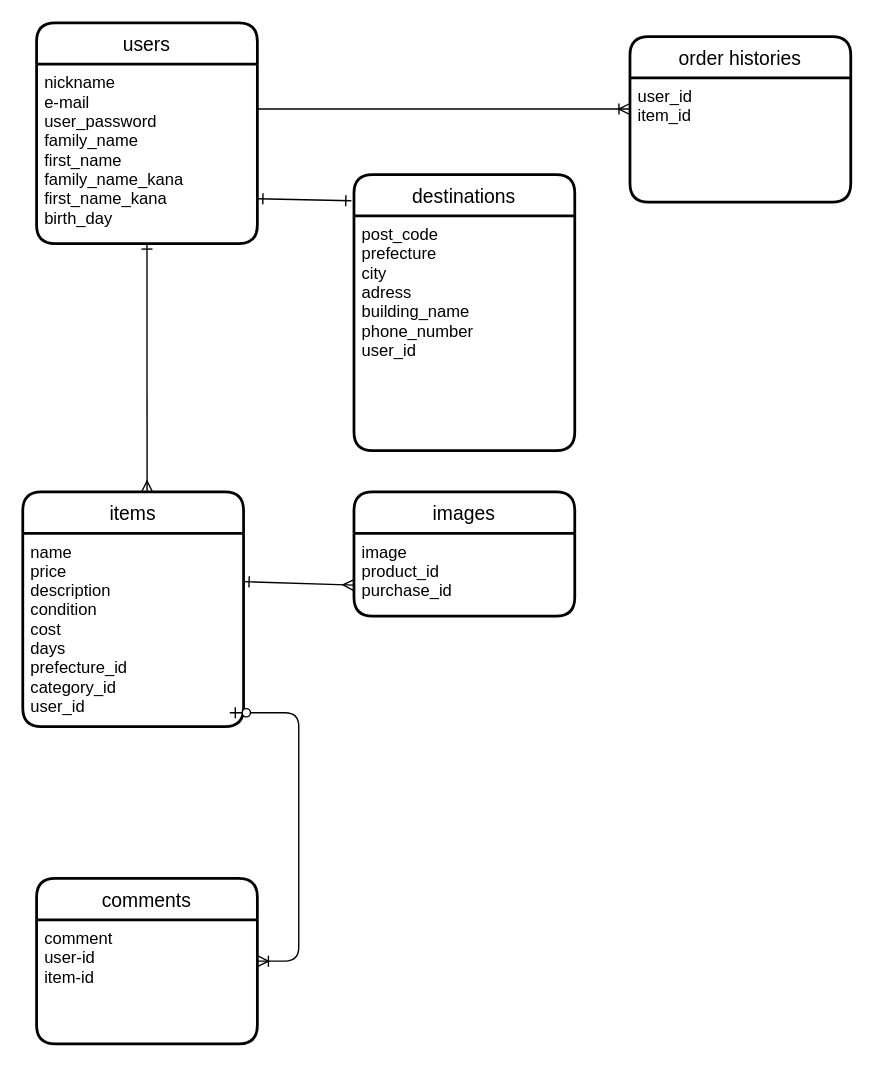
Before: test.dio in ikari1055/furima-40500, a draw.io diagram. Source tidied: cells renumbered, new cells numbered last; positions are measured from the earlier drawing's top-left corner, leaving out a move shared by most shapes. Both pictures are drawn from the tidied source at 138%, with x=0, y=0 at pixel (22, 22).
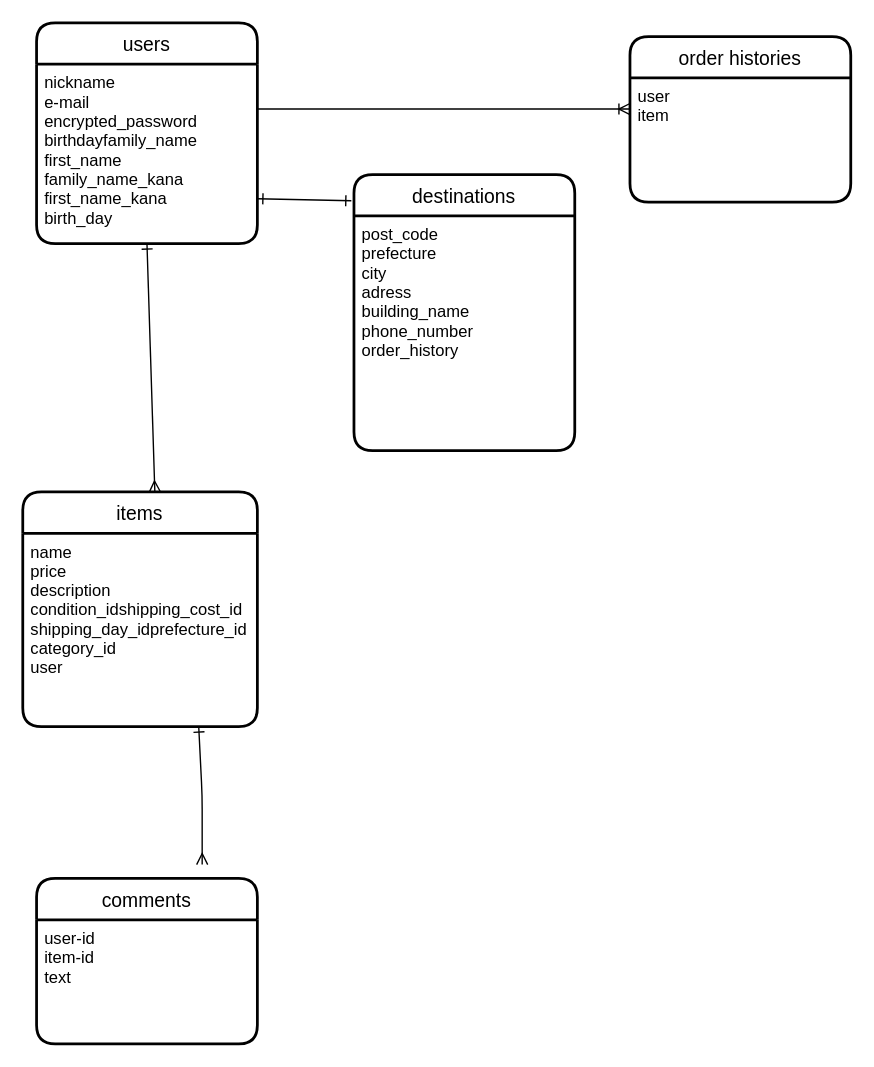
Above is the later version.

The change refers to these unchanged cells:
```xml
<mxCell id="2" value="users" style="swimlane;horizontal=1;startSize=30;rounded=1;fontSize=14;fontStyle=0;strokeWidth=2;shadow=0;dashed=0;align=center;" parent="1" vertex="1">
  <mxGeometry x="10" width="160" height="160" as="geometry" />
</mxCell>
<mxCell id="7" value="destinations" style="swimlane;horizontal=1;startSize=30;rounded=1;fontSize=14;fontStyle=0;strokeWidth=2;shadow=0;dashed=0;align=center;" parent="1" vertex="1">
  <mxGeometry x="240" y="110" width="160" height="200" as="geometry" />
</mxCell>
<mxCell id="14" value="comments" style="swimlane;horizontal=1;startSize=30;rounded=1;fontSize=14;fontStyle=0;strokeWidth=2;shadow=0;dashed=0;align=center;" parent="1" vertex="1">
  <mxGeometry x="10" y="620" width="160" height="120" as="geometry" />
</mxCell>
<mxCell id="17" value="order histories" style="swimlane;horizontal=1;startSize=30;rounded=1;fontSize=14;fontStyle=0;strokeWidth=2;shadow=0;dashed=0;align=center;" parent="1" vertex="1">
  <mxGeometry x="440" y="10" width="160" height="120" as="geometry" />
</mxCell>
```

Diff of the diagram source:
```diff
@@
-    <mxCell id="3" value="nickname&#10;e-mail&#10;user_password&#10;family_name&#10;first_name&#10;family_name_kana&#10;first_name_kana&#10;birth_day" style="align=left;strokeColor=none;fillColor=none;spacingLeft=4;fontSize=12;verticalAlign=top;" parent="2" vertex="1">
+    <mxCell id="3" value="nickname&#10;e-mail&#10;encrypted_password&#10;birthdayfamily_name&#10;first_name&#10;family_name_kana&#10;first_name_kana&#10;birth_day" style="align=left;strokeColor=none;fillColor=none;spacingLeft=4;fontSize=12;verticalAlign=top;" parent="2" vertex="1">
       <mxGeometry y="30" width="160" height="130" as="geometry" />
     </mxCell>
     <mxCell id="4" value="items" style="swimlane;horizontal=1;startSize=30;rounded=1;fontSize=14;fontStyle=0;strokeWidth=2;shadow=0;dashed=0;align=center;" parent="1" vertex="1">
-      <mxGeometry y="340" width="160" height="170" as="geometry" />
+      <mxGeometry y="340" width="170" height="170" as="geometry" />
     </mxCell>
-    <mxCell id="5" value="name&#10;price&#10;description&#10;condition&#10;cost&#10;days&#10;prefecture_id&#10;category_id&#10;user_id&#10;&#10;" style="align=left;strokeColor=none;fillColor=none;spacingLeft=4;fontSize=12;verticalAlign=top;" parent="4" vertex="1">
-      <mxGeometry y="30" width="160" height="140" as="geometry" />
+    <mxCell id="5" value="name&#10;price&#10;description&#10;condition_idshipping_cost_id&#10;shipping_day_idprefecture_id&#10;category_id&#10;user&#10;&#10;" style="align=left;strokeColor=none;fillColor=none;spacingLeft=4;fontSize=12;verticalAlign=top;" parent="4" vertex="1">
+      <mxGeometry y="30" width="170" height="140" as="geometry" />
     </mxCell>
     <mxCell id="6" value="&#10;" style="align=left;strokeColor=none;fillColor=none;spacingLeft=4;fontSize=12;verticalAlign=top;" parent="4" vertex="1">
-      <mxGeometry y="170" width="160" as="geometry" />
+      <mxGeometry y="170" width="170" as="geometry" />
     </mxCell>
@@
-    <mxCell id="8" value="post_code&#10;prefecture&#10;city&#10;adress&#10;building_name&#10;phone_number&#10;user_id&#10;" style="text;strokeColor=none;fillColor=none;spacingLeft=4;spacingRight=4;overflow=hidden;fontSize=12;" parent="7" vertex="1">
+    <mxCell id="8" value="post_code&#10;prefecture&#10;city&#10;adress&#10;building_name&#10;phone_number&#10;order_history" style="text;strokeColor=none;fillColor=none;spacingLeft=4;spacingRight=4;overflow=hidden;fontSize=12;" parent="7" vertex="1">
       <mxGeometry y="30" width="160" height="170" as="geometry" />
     </mxCell>
-    <mxCell id="9" value="images" style="swimlane;horizontal=1;startSize=30;rounded=1;fontSize=14;fontStyle=0;strokeWidth=2;shadow=0;dashed=0;align=center;" parent="1" vertex="1">
-      <mxGeometry x="240" y="340" width="160" height="90" as="geometry" />
-    </mxCell>
-    <mxCell id="10" value="image&#10;product_id&#10;purchase_id" style="align=left;strokeColor=none;fillColor=none;spacingLeft=4;fontSize=12;verticalAlign=top;" parent="9" vertex="1">
-      <mxGeometry y="30" width="160" height="60" as="geometry" />
-    </mxCell>
-    <mxCell id="11" style="edgeStyle=none;html=1;exitX=1;exitY=0.25;exitDx=0;exitDy=0;startArrow=ERone;startFill=0;endArrow=ERmany;endFill=0;entryX=0;entryY=0.75;entryDx=0;entryDy=0;" parent="1" edge="1" source="5" target="9">
-      <mxGeometry relative="1" as="geometry" />
+    <mxCell id="11" style="edgeStyle=none;html=1;exitX=0.75;exitY=1;exitDx=0;exitDy=0;startArrow=ERone;startFill=0;endArrow=ERmany;endFill=0;" parent="1" edge="1" source="5">
+      <mxGeometry relative="1" as="geometry">
+        <mxPoint x="130" y="610" as="targetPoint" />
+        <Array as="points">
+          <mxPoint x="130" y="560" />
+        </Array>
+      </mxGeometry>
     </mxCell>
@@
-    <mxCell id="15" value="comment&#10;user-id&#10;item-id" style="align=left;strokeColor=none;fillColor=none;spacingLeft=4;fontSize=12;verticalAlign=top;" parent="14" vertex="1">
+    <mxCell id="15" value="user-id&#10;item-id&#10;text" style="align=left;strokeColor=none;fillColor=none;spacingLeft=4;fontSize=12;verticalAlign=top;" parent="14" vertex="1">
       <mxGeometry y="30" width="160" height="90" as="geometry" />
     </mxCell>
-    <mxCell id="16" style="edgeStyle=entityRelationEdgeStyle;fontSize=12;html=1;endArrow=ERoneToMany;startArrow=ERzeroToOne;" parent="1" edge="1" target="14">
-      <mxGeometry relative="1" as="geometry">
-        <mxPoint x="150" y="500" as="sourcePoint" />
-      </mxGeometry>
-    </mxCell>
@@
-    <mxCell id="18" value="user_id&#10;item_id" style="align=left;strokeColor=none;fillColor=none;spacingLeft=4;fontSize=12;verticalAlign=top;" parent="17" vertex="1">
+    <mxCell id="18" value="user&#10;item" style="align=left;strokeColor=none;fillColor=none;spacingLeft=4;fontSize=12;verticalAlign=top;" parent="17" vertex="1">
       <mxGeometry y="30" width="160" height="90" as="geometry" />
     </mxCell>
```
